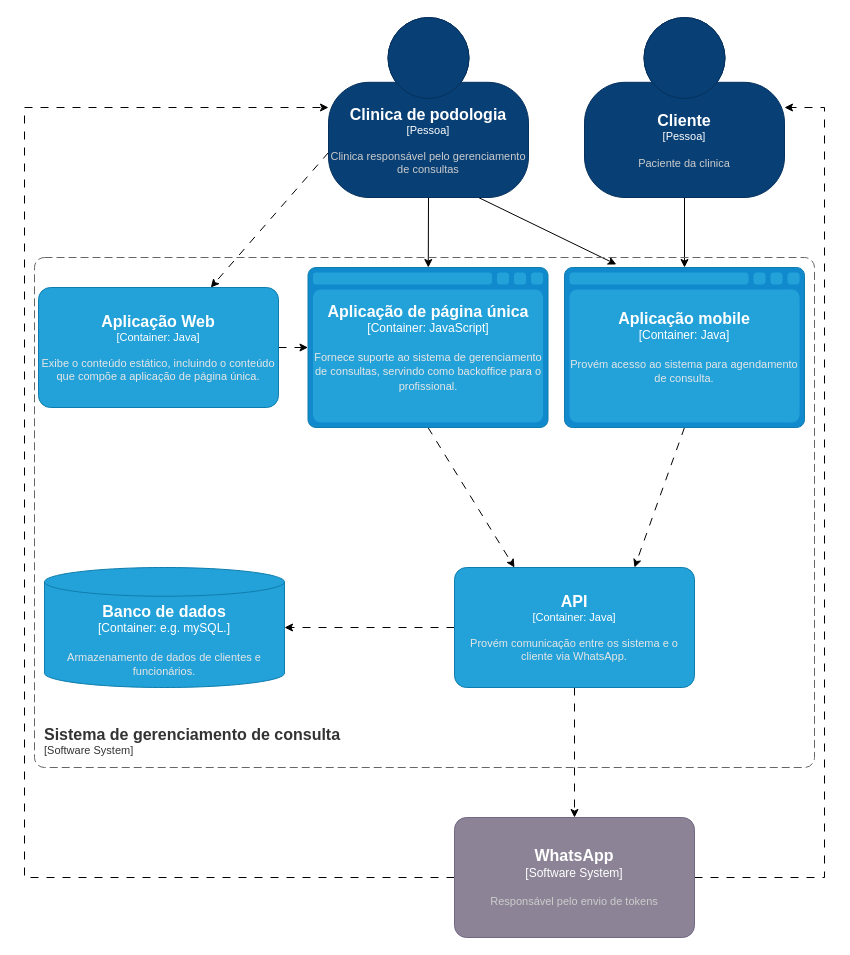
This is page "Conteiner" (2 of 3) of ModeloC4-PodoCris.drawio from JayanaCecilia/PIM-PodoCris, a draw.io file, before an edit. Source tidied: cells renumbered, new cells numbered last; positions are measured from the earlier drawing's top-left corner, leaving out a move shared by most shapes. Both pictures are drawn from the tidied source at 100%, with x=0, y=0 at pixel (24, 17).
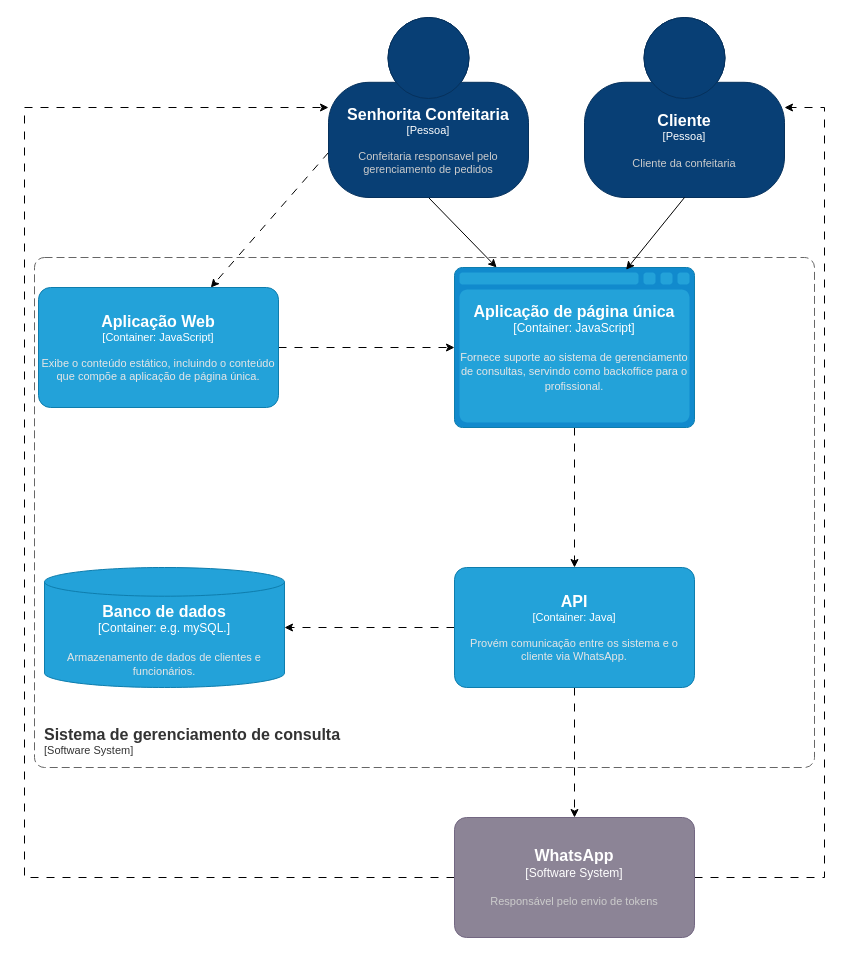
After the change.

Unchanged cells that the change refers to:
```xml
<object id="15" label="&lt;font style=&quot;font-size: 16px&quot;&gt;&lt;b&gt;%c4Name%&lt;/b&gt;&lt;/font&gt;&lt;div&gt;[%c4Type%: %c4Technology%]&lt;/div&gt;&lt;br&gt;&lt;div&gt;&lt;font style=&quot;font-size: 11px&quot;&gt;&lt;font color=&quot;#E6E6E6&quot;&gt;%c4Description%&lt;/font&gt;&lt;/div&gt;" c4Description="Provém comunicação entre os sistema e o cliente via WhatsApp." c4Name="API" c4Technology="Java" c4Type="Container" placeholders="1">
  <mxCell style="rounded=1;whiteSpace=wrap;html=1;fontSize=11;labelBackgroundColor=none;fillColor=#23A2D9;fontColor=#ffffff;align=center;arcSize=10;strokeColor=#0E7DAD;points=[[0.25,0,0],[0.5,0,0],[0.75,0,0],[1,0.25,0],[1,0.5,0],[1,0.75,0],[0.75,1,0],[0.5,1,0],[0.25,1,0],[0,0.75,0],[0,0.5,0],[0,0.25,0]];" parent="1" vertex="1">
    <mxGeometry x="430" y="550" width="240" height="120" as="geometry" />
  </mxCell>
</object>
```

What changed in the source:
```diff
@@
-    <mxCell id="4" style="rounded=0;jettySize=auto;html=1;exitX=0.75;exitY=1;exitDx=0;exitDy=0;exitPerimeter=0;entryX=0.216;entryY=-0.019;entryDx=0;entryDy=0;entryPerimeter=0;" parent="1" edge="1" source="5" target="17">
-      <mxGeometry relative="1" as="geometry" />
-    </mxCell>
-    <object id="5" label="&lt;font style=&quot;font-size: 16px&quot;&gt;&lt;b&gt;%c4Name%&lt;/b&gt;&lt;/font&gt;&lt;div&gt;[%c4Type%]&lt;/div&gt;&lt;br&gt;&lt;div&gt;&lt;font style=&quot;font-size: 11px&quot;&gt;&lt;font color=&quot;#cccccc&quot;&gt;%c4Description%&lt;/font&gt;&lt;/div&gt;" c4Description="Clinica responsável pelo gerenciamento de consultas" c4Name="Clinica de podologia" c4Type="Pessoa" placeholders="1">
+    <object id="5" label="&lt;font style=&quot;font-size: 16px&quot;&gt;&lt;b&gt;%c4Name%&lt;/b&gt;&lt;/font&gt;&lt;div&gt;[%c4Type%]&lt;/div&gt;&lt;br&gt;&lt;div&gt;&lt;font style=&quot;font-size: 11px&quot;&gt;&lt;font color=&quot;#cccccc&quot;&gt;%c4Description%&lt;/font&gt;&lt;/div&gt;" c4Description="Confeitaria responsavel pelo gerenciamento de pedidos" c4Name="Senhorita Confeitaria" c4Type="Pessoa" placeholders="1">
       <mxCell style="html=1;fontSize=11;dashed=0;whiteSpace=wrap;fillColor=#083F75;strokeColor=#06315C;fontColor=#ffffff;shape=mxgraph.c4.person2;align=center;points=[[0.5,0,0],[1,0.5,0],[1,0.75,0],[0.75,1,0],[0.5,1,0],[0.25,1,0],[0,0.75,0],[0,0.5,0]];" parent="1" vertex="1">
         <mxGeometry x="304" width="200" height="180" as="geometry" />
       </mxCell>
     </object>
@@
-    <mxCell id="7" style="rounded=0;jettySize=auto;html=1;exitX=0.5;exitY=1;exitDx=0;exitDy=0;exitPerimeter=0;entryX=0.5;entryY=0;entryDx=0;entryDy=0;entryPerimeter=0;" parent="1" edge="1" source="8" target="17">
-      <mxGeometry relative="1" as="geometry" />
-    </mxCell>
-    <object id="8" label="&lt;font style=&quot;font-size: 16px&quot;&gt;&lt;b&gt;%c4Name%&lt;/b&gt;&lt;/font&gt;&lt;div&gt;[%c4Type%]&lt;/div&gt;&lt;br&gt;&lt;div&gt;&lt;font style=&quot;font-size: 11px&quot;&gt;&lt;font color=&quot;#cccccc&quot;&gt;%c4Description%&lt;/font&gt;&lt;/div&gt;" c4Description="Paciente da clinica" c4Name="Cliente" c4Type="Pessoa" placeholders="1">
+    <object id="8" label="&lt;font style=&quot;font-size: 16px&quot;&gt;&lt;b&gt;%c4Name%&lt;/b&gt;&lt;/font&gt;&lt;div&gt;[%c4Type%]&lt;/div&gt;&lt;br&gt;&lt;div&gt;&lt;font style=&quot;font-size: 11px&quot;&gt;&lt;font color=&quot;#cccccc&quot;&gt;%c4Description%&lt;/font&gt;&lt;/div&gt;" c4Description="Cliente da confeitaria" c4Name="Cliente" c4Type="Pessoa" placeholders="1">
       <mxCell style="html=1;fontSize=11;dashed=0;whiteSpace=wrap;fillColor=#083F75;strokeColor=#06315C;fontColor=#ffffff;shape=mxgraph.c4.person2;align=center;points=[[0.5,0,0],[1,0.5,0],[1,0.75,0],[0.75,1,0],[0.5,1,0],[0.25,1,0],[0,0.75,0],[0,0.5,0]];" parent="1" vertex="1">
         <mxGeometry x="560" width="200" height="180" as="geometry" />
       </mxCell>
     </object>
@@
-    <object id="10" label="&lt;font style=&quot;font-size: 16px&quot;&gt;&lt;b&gt;%c4Name%&lt;/b&gt;&lt;/font&gt;&lt;div&gt;[%c4Type%: %c4Technology%]&lt;/div&gt;&lt;br&gt;&lt;div&gt;&lt;font style=&quot;font-size: 11px&quot;&gt;&lt;font color=&quot;#E6E6E6&quot;&gt;%c4Description%&lt;/font&gt;&lt;/div&gt;" c4Description="Exibe o conteúdo estático, incluindo o conteúdo que compõe a aplicação de página única." c4Name="Aplicação Web" c4Technology="Java" c4Type="Container" placeholders="1">
+    <object id="10" label="&lt;font style=&quot;font-size: 16px&quot;&gt;&lt;b&gt;%c4Name%&lt;/b&gt;&lt;/font&gt;&lt;div&gt;[%c4Type%: %c4Technology%]&lt;/div&gt;&lt;br&gt;&lt;div&gt;&lt;font style=&quot;font-size: 11px&quot;&gt;&lt;font color=&quot;#E6E6E6&quot;&gt;%c4Description%&lt;/font&gt;&lt;/div&gt;" c4Description="Exibe o conteúdo estático, incluindo o conteúdo que compõe a aplicação de página única." c4Name="Aplicação Web" c4Technology="JavaScript" c4Type="Container" placeholders="1">
       <mxCell style="rounded=1;whiteSpace=wrap;html=1;fontSize=11;labelBackgroundColor=none;fillColor=#23A2D9;fontColor=#ffffff;align=center;arcSize=10;strokeColor=#0E7DAD;points=[[0.25,0,0],[0.5,0,0],[0.75,0,0],[1,0.25,0],[1,0.5,0],[1,0.75,0],[0.75,1,0],[0.5,1,0],[0.25,1,0],[0,0.75,0],[0,0.5,0],[0,0.25,0]];" parent="1" vertex="1">
         <mxGeometry x="14" y="270" width="240" height="120" as="geometry" />
       </mxCell>
     </object>
-    <mxCell id="11" style="rounded=0;jettySize=auto;html=1;exitX=0.5;exitY=1;exitDx=0;exitDy=0;exitPerimeter=0;entryX=0.25;entryY=0;entryDx=0;entryDy=0;entryPerimeter=0;dashed=1;dashPattern=8 8;" parent="1" edge="1" source="12" target="15">
+    <mxCell id="11" style="rounded=0;jettySize=auto;html=1;exitX=0.5;exitY=1;exitDx=0;exitDy=0;exitPerimeter=0;entryX=0.5;entryY=0;entryDx=0;entryDy=0;entryPerimeter=0;dashed=1;dashPattern=8 8;" parent="1" edge="1" source="12" target="15">
       <mxGeometry relative="1" as="geometry" />
     </mxCell>
     <object id="12" label="&lt;font style=&quot;font-size: 16px&quot;&gt;&lt;b&gt;%c4Type%&lt;/b&gt;&lt;/font&gt;&lt;div&gt;[%c4Container%:&amp;nbsp;%c4Technology%]&lt;/div&gt;&lt;br&gt;&lt;div&gt;&lt;font style=&quot;font-size: 11px&quot;&gt;&lt;font color=&quot;#E6E6E6&quot;&gt;%c4Description%&lt;/font&gt;&lt;/div&gt;" c4Container="Container" c4Description="Fornece suporte ao sistema de gerenciamento de consultas, servindo como backoffice para o profissional." c4Technology="JavaScript" c4Type="Aplicação de página única" placeholders="1">
       <mxCell style="shape=mxgraph.c4.webBrowserContainer2;whiteSpace=wrap;html=1;boundedLbl=1;rounded=0;labelBackgroundColor=none;strokeColor=#118ACD;fillColor=#23A2D9;strokeColor=#118ACD;strokeColor2=#0E7DAD;fontSize=12;fontColor=#ffffff;align=center;points=[[0.5,0,0],[1,0.25,0],[1,0.5,0],[1,0.75,0],[0.5,1,0],[0,0.75,0],[0,0.5,0],[0,0.25,0]];" parent="1" vertex="1">
-        <mxGeometry x="283.5" y="250" width="240" height="160" as="geometry" />
+        <mxGeometry x="430" y="250" width="240" height="160" as="geometry" />
       </mxCell>
     </object>
@@
-    <mxCell id="16" style="rounded=0;jettySize=auto;html=1;exitX=0.5;exitY=1;exitDx=0;exitDy=0;exitPerimeter=0;entryX=0.75;entryY=0;entryDx=0;entryDy=0;entryPerimeter=0;dashed=1;dashPattern=8 8;" parent="1" edge="1" source="17" target="15">
-      <mxGeometry relative="1" as="geometry" />
-    </mxCell>
-    <object id="17" label="&lt;font style=&quot;font-size: 16px&quot;&gt;&lt;b&gt;%c4Type%&lt;/b&gt;&lt;/font&gt;&lt;div&gt;[%c4Container%:&amp;nbsp;%c4Technology%]&lt;/div&gt;&lt;br&gt;&lt;div&gt;&lt;font style=&quot;font-size: 11px&quot;&gt;&lt;font color=&quot;#E6E6E6&quot;&gt;%c4Description%&lt;/font&gt;&lt;/div&gt;" c4Container="Container" c4Description="Provém acesso ao sistema para agendamento de consulta." c4Technology="Java" c4Type="Aplicação mobile" placeholders="1">
-      <mxCell style="shape=mxgraph.c4.webBrowserContainer2;whiteSpace=wrap;html=1;boundedLbl=1;rounded=0;labelBackgroundColor=none;strokeColor=#118ACD;fillColor=#23A2D9;strokeColor=#118ACD;strokeColor2=#0E7DAD;fontSize=12;fontColor=#ffffff;align=center;points=[[0.5,0,0],[1,0.25,0],[1,0.5,0],[1,0.75,0],[0.5,1,0],[0,0.75,0],[0,0.5,0],[0,0.25,0]];" parent="1" vertex="1">
-        <mxGeometry x="540" y="250" width="240" height="160" as="geometry" />
-      </mxCell>
-    </object>
@@
+    <mxCell id="22" style="rounded=0;jettySize=auto;html=1;exitX=0.5;exitY=1;exitDx=0;exitDy=0;exitPerimeter=0;entryX=0.715;entryY=0.014;entryDx=0;entryDy=0;entryPerimeter=0;" parent="1" edge="1" source="8" target="12">
+      <mxGeometry relative="1" as="geometry" />
+    </mxCell>
```
